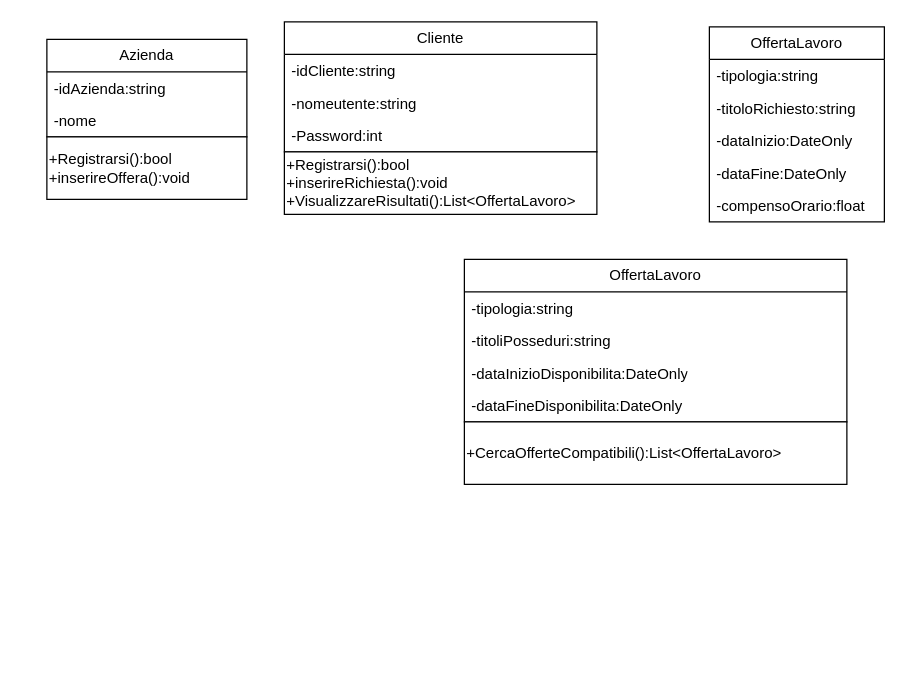
Above: DiagrammadiClasse.drawio in RafidISL/DiagrammiUML (draw.io), before the change. Source tidied: cells renumbered, new cells numbered last; positions are measured from the earlier drawing's top-left corner, leaving out a move shared by most shapes. Both pictures are drawn from the tidied source at 125%, with x=0, y=0 at pixel (46, 21).
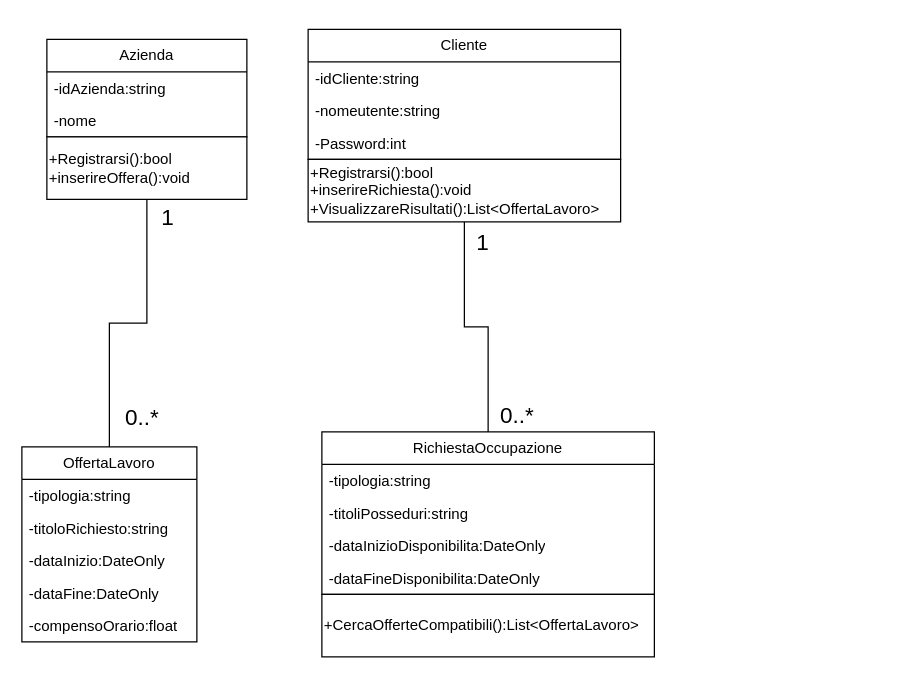
After the change.

Commit message:
Aggiunte le relazioni

The change refers to these unchanged cells:
```xml
<mxCell id="7" value="+Registrarsi():bool&lt;div&gt;+inserireRichiesta():void&lt;/div&gt;&lt;div&gt;+VisualizzareRisultati():List&amp;lt;OffertaLavoro&amp;gt;&lt;/div&gt;" style="html=1;whiteSpace=wrap;align=left;" parent="2" vertex="1">
  <mxGeometry y="104" width="250" height="50" as="geometry" />
</mxCell>
<mxCell id="18" value="+Registrarsi():bool&lt;div&gt;+inserireOffera():void&lt;/div&gt;" style="html=1;whiteSpace=wrap;align=left;" parent="14" vertex="1">
  <mxGeometry y="78" width="160" height="50" as="geometry" />
</mxCell>
```

The edit, as a diff of the source:
```diff
@@
     <mxCell id="2" style="group;" parent="1" vertex="1">
-      <mxGeometry x="190" width="250" height="154" as="geometry" />
+      <mxGeometry x="209" y="6" width="250" height="154" as="geometry" />
     </mxCell>
@@
     <mxCell id="8" value="OffertaLavoro" style="swimlane;fontStyle=0;horizontal=1;startSize=26;fillColor=none;whiteSpace=wrap;html=1;" parent="1" vertex="1">
-      <mxGeometry x="530" y="4" width="140" height="156" as="geometry" />
+      <mxGeometry x="-20" y="340" width="140" height="156" as="geometry" />
     </mxCell>
@@
-    <mxCell id="19" style="group;" parent="1" vertex="1">
-      <mxGeometry x="334" y="190" width="306" height="180" as="geometry" />
-    </mxCell>
+    <mxCell id="26" style="group;" parent="1" vertex="1">
+      <mxGeometry x="220" y="328" width="266" height="180" as="geometry" />
+    </mxCell>
-    <mxCell id="20" value="OffertaLavoro" style="swimlane;fontStyle=0;horizontal=1;startSize=26;fillColor=none;whiteSpace=wrap;html=1;" parent="19" vertex="1">
-      <mxGeometry width="306" height="130" as="geometry" />
+    <mxCell id="20" value="RichiestaOccupazione" style="swimlane;fontStyle=0;horizontal=1;startSize=26;fillColor=none;whiteSpace=wrap;html=1;" parent="26" vertex="1">
+      <mxGeometry width="266" height="130" as="geometry" />
     </mxCell>
     <mxCell id="21" value="-tipologia:string" style="text;strokeColor=none;fillColor=none;align=left;verticalAlign=top;spacingLeft=4;spacingRight=4;overflow=hidden;whiteSpace=wrap;html=1;" parent="20" vertex="1">
-      <mxGeometry y="26" width="306" height="26" as="geometry" />
+      <mxGeometry y="26" width="266" height="26" as="geometry" />
     </mxCell>
     <mxCell id="22" value="-titoliPosseduri:string" style="text;strokeColor=none;fillColor=none;align=left;verticalAlign=top;spacingLeft=4;spacingRight=4;overflow=hidden;whiteSpace=wrap;html=1;" parent="20" vertex="1">
-      <mxGeometry y="52" width="306" height="26" as="geometry" />
+      <mxGeometry y="52" width="266" height="26" as="geometry" />
     </mxCell>
     <mxCell id="23" value="-dataInizioDisponibilita:DateOnly" style="text;strokeColor=none;fillColor=none;align=left;verticalAlign=top;spacingLeft=4;spacingRight=4;overflow=hidden;whiteSpace=wrap;html=1;" parent="20" vertex="1">
-      <mxGeometry y="78" width="306" height="26" as="geometry" />
+      <mxGeometry y="78" width="266" height="26" as="geometry" />
     </mxCell>
     <mxCell id="24" value="-dataFineDisponibilita:DateOnly" style="text;strokeColor=none;fillColor=none;align=left;verticalAlign=top;spacingLeft=4;spacingRight=4;overflow=hidden;whiteSpace=wrap;html=1;" parent="20" vertex="1">
-      <mxGeometry y="104" width="306" height="26" as="geometry" />
+      <mxGeometry y="104" width="266" height="26" as="geometry" />
     </mxCell>
-    <mxCell id="25" value="+CercaOfferteCompatibili():List&amp;lt;OffertaLavoro&amp;gt;" style="html=1;whiteSpace=wrap;align=left;" parent="19" vertex="1">
-      <mxGeometry y="130" width="306" height="50" as="geometry" />
+    <mxCell id="25" value="&lt;div&gt;+CercaOfferteCompatibili():List&amp;lt;OffertaLavoro&amp;gt;&lt;/div&gt;" style="html=1;whiteSpace=wrap;align=left;" parent="26" vertex="1">
+      <mxGeometry y="130" width="266" height="50" as="geometry" />
     </mxCell>
+    <mxCell id="27" style="endArrow=none;html=1;edgeStyle=orthogonalEdgeStyle;rounded=0;exitX=0.5;exitY=1;exitDx=0;exitDy=0;entryX=0.5;entryY=0;entryDx=0;entryDy=0;" parent="1" edge="1" source="18" target="8">
+      <mxGeometry relative="1" as="geometry" />
+    </mxCell>
+    <mxCell id="28" value="&lt;font style=&quot;font-size: 18px;&quot;&gt;1&lt;/font&gt;" style="edgeLabel;html=1;align=left;verticalAlign=bottom;" parent="27" vertex="1">
+      <mxGeometry x="-1" relative="1" as="geometry">
+        <mxPoint x="10" y="28" as="offset" />
+      </mxGeometry>
+    </mxCell>
+    <mxCell id="29" value="&lt;font style=&quot;font-size: 18px;&quot;&gt;0..*&lt;/font&gt;" style="edgeLabel;html=1;align=right;verticalAlign=bottom;" parent="27" vertex="1">
+      <mxGeometry x="1" relative="1" as="geometry">
+        <mxPoint x="40" y="-10" as="offset" />
+      </mxGeometry>
+    </mxCell>
+    <mxCell id="30" style="endArrow=none;html=1;edgeStyle=orthogonalEdgeStyle;rounded=0;exitX=0.5;exitY=1;exitDx=0;exitDy=0;entryX=0.5;entryY=0;entryDx=0;entryDy=0;" parent="1" edge="1" source="7" target="20">
+      <mxGeometry relative="1" as="geometry" />
+    </mxCell>
+    <mxCell id="31" value="&lt;font style=&quot;font-size: 18px;&quot;&gt;1&lt;/font&gt;" style="edgeLabel;html=1;align=left;verticalAlign=bottom;" parent="30" vertex="1">
+      <mxGeometry x="-1" relative="1" as="geometry">
+        <mxPoint x="8" y="30" as="offset" />
+      </mxGeometry>
+    </mxCell>
+    <mxCell id="32" value="&lt;font style=&quot;font-size: 18px;&quot;&gt;0..*&lt;/font&gt;" style="edgeLabel;html=1;align=right;verticalAlign=bottom;" parent="30" vertex="1">
+      <mxGeometry x="1" relative="1" as="geometry">
+        <mxPoint x="37" as="offset" />
+      </mxGeometry>
+    </mxCell>
```
